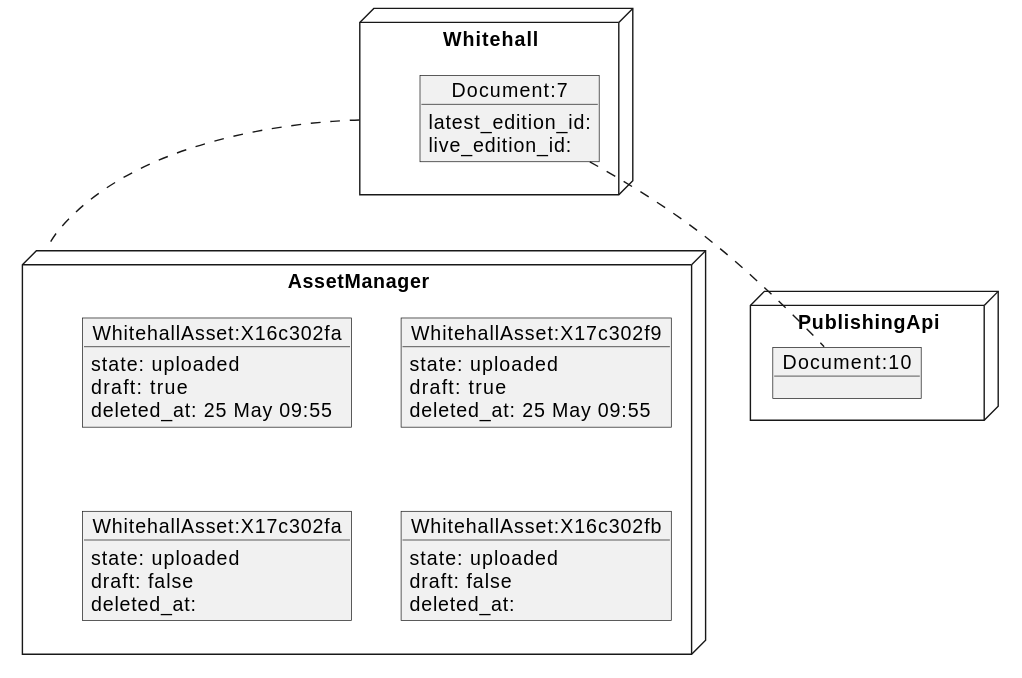
alphagov/whitehall keeps this PlantUML diagram as docs/diagrams/asset_management/asset_scenarios/unpublish_doc_with_attachments/2_delete_draft.svg. Above is the earlier version.
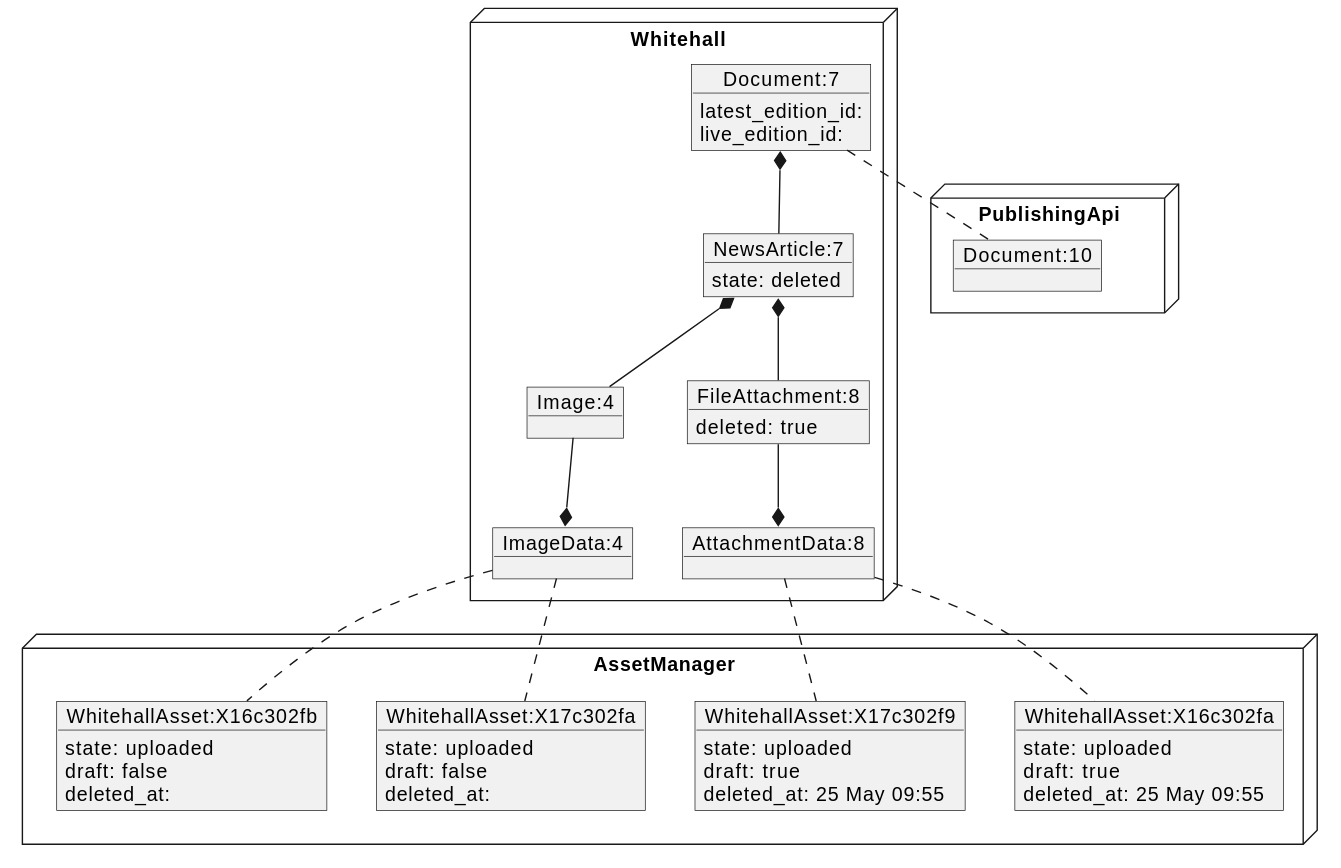
Later version of the same file.

The edit, as a diff of the source:
```diff
@@ -4,6 +4,28 @@
   latest_edition_id:
   live_edition_id:
 }
+
+together {
+object "NewsArticle:7"  as NewsArticle_7 {
+  state: deleted
+}
+Document_7 *-- NewsArticle_7
+object "FileAttachment:8" as FileAttachment_8 {
+  deleted: true
+}
+NewsArticle_7 *-- FileAttachment_8
+object "Image:4" as Image_4 {
+}
+NewsArticle_7 *-- Image_4
+}
+object "AttachmentData:8" as AttachmentData_8 {
+}
+AttachmentData_8 *-u- FileAttachment_8
+object "ImageData:4" as ImageData_4 {
+}
+ImageData_4 *-u- Image_4
+
+
 }
 
 
@@ -16,6 +38,7 @@
 
 
 node AssetManager {
+together {
 object "WhitehallAsset:X16c302fa" as am_WhitehallAsset_X16c302fa {
   state: uploaded
   draft: true
@@ -28,7 +51,7 @@
 }
 }
 
-node AssetManager {
+together {
 object "WhitehallAsset:X17c302fa" as am_WhitehallAsset_X17c302fa {
   state: uploaded
   draft: false
@@ -40,7 +63,11 @@
   deleted_at:
 }
 }
+}
 
 Document_7 .. pubapi_Document_10
-Whitehall .. AssetManager
+ImageData_4 .. am_WhitehallAsset_X17c302fa
+ImageData_4 .. am_WhitehallAsset_X16c302fb
+AttachmentData_8 .. am_WhitehallAsset_X16c302fa
+AttachmentData_8 .. am_WhitehallAsset_X17c302f9
 @enduml
```
